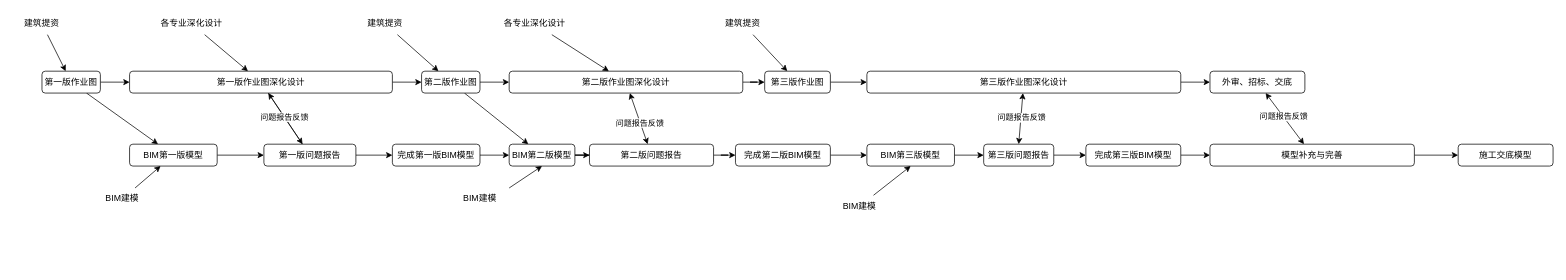
Earlier version of the draw.io diagram BIM实施流程.drawio (gaochaowyq/MinderGraph). Source tidied: cells renumbered, new cells numbered last; positions are measured from the earlier drawing's top-left corner, leaving out a move shared by most shapes. Both pictures are drawn from the tidied source at 73%, with x=0, y=0 at pixel (12, 12).
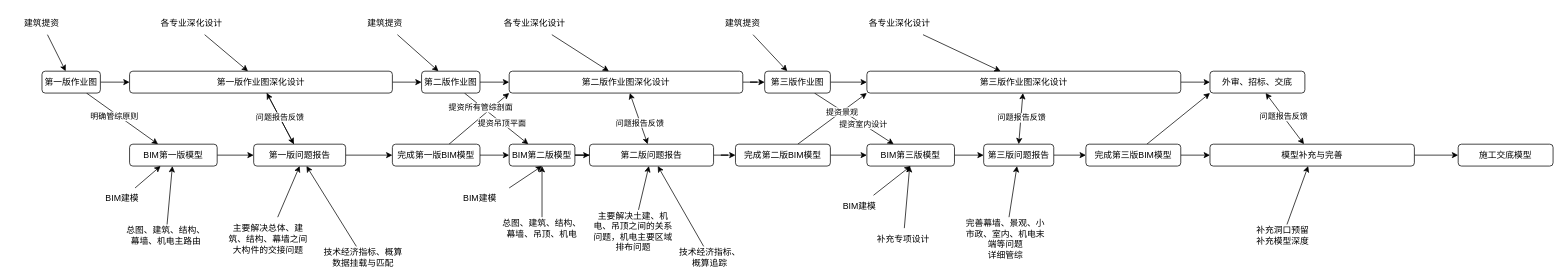
The same page after the edit.

Commit message:
更新BIM实施流程.drawio

The change refers to these unchanged cells:
```xml
<mxCell id="2" style="rounded=0;jettySize=auto;html=1;" parent="1" edge="1" source="4" target="8">
  <mxGeometry relative="1" as="geometry" />
</mxCell>
<mxCell id="8" value="BIM第一版模型" style="rounded=1;whiteSpace=wrap;html=1;" parent="1" vertex="1">
  <mxGeometry x="160" y="180" width="120" height="30" as="geometry" />
</mxCell>
<mxCell id="21" value="完成第一版BIM模型" style="rounded=1;whiteSpace=wrap;html=1;" parent="1" vertex="1">
  <mxGeometry x="520" y="180" width="120" height="30" as="geometry" />
</mxCell>
<mxCell id="23" style="rounded=0;jettySize=auto;html=1;" parent="1" edge="1" source="24" target="34">
  <mxGeometry relative="1" as="geometry" />
</mxCell>
<mxCell id="30" value="第二版作业图深化设计" style="rounded=1;whiteSpace=wrap;html=1;" parent="1" vertex="1">
  <mxGeometry x="680" y="80" width="320" height="30" as="geometry" />
</mxCell>
<mxCell id="34" value="BIM第二版模型" style="rounded=1;whiteSpace=wrap;html=1;" parent="1" vertex="1">
  <mxGeometry x="680" y="180" width="90" height="30" as="geometry" />
</mxCell>
<mxCell id="38" value="第二版问题报告" style="rounded=1;whiteSpace=wrap;html=1;" parent="1" vertex="1">
  <mxGeometry x="790" y="180" width="170" height="30" as="geometry" />
</mxCell>
<mxCell id="40" value="完成第二版BIM模型" style="rounded=1;whiteSpace=wrap;html=1;" parent="1" vertex="1">
  <mxGeometry x="990" y="180" width="130" height="30" as="geometry" />
</mxCell>
<mxCell id="42" value="第三版作业图" style="rounded=1;whiteSpace=wrap;html=1;" parent="1" vertex="1">
  <mxGeometry x="1030" y="80" width="90" height="30" as="geometry" />
</mxCell>
<mxCell id="48" value="第三版作业图深化设计" style="rounded=1;whiteSpace=wrap;html=1;" parent="1" vertex="1">
  <mxGeometry x="1170" y="80" width="430" height="30" as="geometry" />
</mxCell>
<mxCell id="50" value="BIM第三版模型" style="rounded=1;whiteSpace=wrap;html=1;" parent="1" vertex="1">
  <mxGeometry x="1170" y="180" width="120" height="30" as="geometry" />
</mxCell>
<mxCell id="54" value="第三版问题报告" style="rounded=1;whiteSpace=wrap;html=1;" parent="1" vertex="1">
  <mxGeometry x="1330" y="180" width="96" height="30" as="geometry" />
</mxCell>
<mxCell id="56" value="完成第三版BIM模型" style="rounded=1;whiteSpace=wrap;html=1;" parent="1" vertex="1">
  <mxGeometry x="1470" y="180" width="130" height="30" as="geometry" />
</mxCell>
<mxCell id="57" value="外审、招标、交底" style="rounded=1;whiteSpace=wrap;html=1;" parent="1" vertex="1">
  <mxGeometry x="1640" y="80" width="130" height="30" as="geometry" />
</mxCell>
<mxCell id="61" value="模型补充与完善" style="rounded=1;whiteSpace=wrap;html=1;" parent="1" vertex="1">
  <mxGeometry x="1640" y="180" width="280" height="30" as="geometry" />
</mxCell>
```

What changed in the source:
```diff
@@
+    <mxCell id="63" value="明确管综原则" style="edgeLabel;html=1;align=center;verticalAlign=middle;" parent="2" vertex="1">
+      <mxGeometry x="-0.18" y="-4" relative="1" as="geometry" />
+    </mxCell>
@@
     <mxCell id="19" value="第一版问题报告" style="rounded=1;whiteSpace=wrap;html=1;" parent="1" vertex="1">
-      <mxGeometry x="344" y="180" width="126" height="30" as="geometry" />
+      <mxGeometry x="330" y="180" width="126" height="30" as="geometry" />
     </mxCell>
@@
+    <mxCell id="64" style="rounded=0;jettySize=auto;html=1;entryX=0;entryY=1;entryDx=0;entryDy=0;" parent="1" edge="1" source="21" target="30">
+      <mxGeometry relative="1" as="geometry" />
+    </mxCell>
@@
+    <mxCell id="65" value="提资所有管综剖面" style="edgeLabel;html=1;align=center;verticalAlign=middle;" parent="23" vertex="1">
+      <mxGeometry x="-0.48" y="-2" relative="1" as="geometry" />
+    </mxCell>
+    <mxCell id="66" value="提资吊顶平面" style="edgeLabel;html=1;align=center;verticalAlign=middle;" parent="23" vertex="1">
+      <mxGeometry x="0.15" y="1" relative="1" as="geometry">
+        <mxPoint y="1" as="offset" />
+      </mxGeometry>
+    </mxCell>
@@
+    <mxCell id="67" style="rounded=0;jettySize=auto;html=1;entryX=0;entryY=1;entryDx=0;entryDy=0;" parent="1" edge="1" source="40" target="48">
+      <mxGeometry relative="1" as="geometry" />
+    </mxCell>
@@
+    <mxCell id="68" style="rounded=0;jettySize=auto;html=1;" parent="1" edge="1" source="42" target="50">
+      <mxGeometry relative="1" as="geometry" />
+    </mxCell>
+    <mxCell id="69" value="提资景观" style="edgeLabel;html=1;align=center;verticalAlign=middle;" parent="68" vertex="1">
+      <mxGeometry x="-0.31" y="-1" relative="1" as="geometry" />
+    </mxCell>
+    <mxCell id="70" value="提资室内设计" style="edgeLabel;html=1;align=center;verticalAlign=middle;" parent="68" vertex="1">
+      <mxGeometry x="0.23" relative="1" as="geometry" />
+    </mxCell>
@@
+    <mxCell id="71" style="rounded=0;jettySize=auto;html=1;entryX=0;entryY=1;entryDx=0;entryDy=0;" parent="1" edge="1" source="56" target="57">
+      <mxGeometry relative="1" as="geometry" />
+    </mxCell>
@@
+    <mxCell id="72" style="rounded=0;jettySize=auto;html=1;" parent="1" edge="1" source="73" target="48">
+      <mxGeometry relative="1" as="geometry" />
+    </mxCell>
+    <mxCell id="73" value="各专业深化设计" style="text;html=1;whiteSpace=wrap;strokeColor=none;fillColor=none;align=center;verticalAlign=middle;rounded=0;" parent="1" vertex="1">
+      <mxGeometry x="1160" width="110" height="30" as="geometry" />
+    </mxCell>
+    <mxCell id="74" style="rounded=0;jettySize=auto;html=1;entryX=0.5;entryY=1;entryDx=0;entryDy=0;" parent="1" edge="1" source="75" target="19">
+      <mxGeometry relative="1" as="geometry" />
+    </mxCell>
+    <mxCell id="75" value="主要解决总体、建筑、结构、幕墙之间大构件的交接问题" style="text;html=1;whiteSpace=wrap;strokeColor=none;fillColor=none;align=center;verticalAlign=middle;rounded=0;" parent="1" vertex="1">
+      <mxGeometry x="290" y="280" width="120" height="60" as="geometry" />
+    </mxCell>
+    <mxCell id="76" style="rounded=0;jettySize=auto;html=1;" parent="1" edge="1" source="77" target="38">
+      <mxGeometry relative="1" as="geometry" />
+    </mxCell>
+    <mxCell id="77" value="主要解决土建、机电、吊顶之间的关系问题，机电主要区域排布问题" style="text;html=1;whiteSpace=wrap;strokeColor=none;fillColor=none;align=center;verticalAlign=middle;rounded=0;" parent="1" vertex="1">
+      <mxGeometry x="790" y="270" width="120" height="60" as="geometry" />
+    </mxCell>
+    <mxCell id="78" style="rounded=0;jettySize=auto;html=1;" parent="1" edge="1" source="79" target="19">
+      <mxGeometry relative="1" as="geometry" />
+    </mxCell>
+    <mxCell id="79" value="技术经济指标、概算数据挂载与匹配" style="text;html=1;whiteSpace=wrap;strokeColor=none;fillColor=none;align=center;verticalAlign=middle;rounded=0;" parent="1" vertex="1">
+      <mxGeometry x="420" y="320" width="120" height="30" as="geometry" />
+    </mxCell>
+    <mxCell id="80" style="rounded=0;jettySize=auto;html=1;" parent="1" edge="1" source="81" target="8">
+      <mxGeometry relative="1" as="geometry" />
+    </mxCell>
+    <mxCell id="81" value="总图、建筑、结构、幕墙、机电主路由" style="text;html=1;whiteSpace=wrap;strokeColor=none;fillColor=none;align=center;verticalAlign=middle;rounded=0;" parent="1" vertex="1">
+      <mxGeometry x="150" y="290" width="120" height="30" as="geometry" />
+    </mxCell>
+    <mxCell id="82" style="edgeStyle=orthogonalEdgeStyle;rounded=0;jettySize=auto;html=1;" parent="1" edge="1" source="83" target="34">
+      <mxGeometry relative="1" as="geometry" />
+    </mxCell>
+    <mxCell id="83" value="总图、建筑、结构、幕墙、吊顶、机电" style="text;html=1;whiteSpace=wrap;strokeColor=none;fillColor=none;align=center;verticalAlign=middle;rounded=0;" parent="1" vertex="1">
+      <mxGeometry x="665" y="280" width="120" height="30" as="geometry" />
+    </mxCell>
+    <mxCell id="84" style="rounded=0;jettySize=auto;html=1;" parent="1" edge="1" source="85" target="38">
+      <mxGeometry relative="1" as="geometry" />
+    </mxCell>
+    <mxCell id="85" value="技术经济指标、概算追踪" style="text;html=1;whiteSpace=wrap;strokeColor=none;fillColor=none;align=center;verticalAlign=middle;rounded=0;" parent="1" vertex="1">
+      <mxGeometry x="910" y="320" width="90" height="30" as="geometry" />
+    </mxCell>
+    <mxCell id="86" style="rounded=0;jettySize=auto;html=1;" parent="1" edge="1" source="87" target="54">
+      <mxGeometry relative="1" as="geometry" />
+    </mxCell>
+    <mxCell id="87" value="&lt;div&gt;完善幕墙、景观、小市政、室内、机电末端等问题&lt;/div&gt;&lt;div&gt;详细管综&lt;/div&gt;" style="text;html=1;whiteSpace=wrap;strokeColor=none;fillColor=none;align=center;verticalAlign=middle;rounded=0;" parent="1" vertex="1">
+      <mxGeometry x="1300" y="280" width="120" height="60" as="geometry" />
+    </mxCell>
+    <mxCell id="88" style="rounded=0;jettySize=auto;html=1;" parent="1" edge="1" source="89" target="61">
+      <mxGeometry relative="1" as="geometry" />
+    </mxCell>
+    <mxCell id="89" value="&lt;div&gt;补充洞口预留&lt;/div&gt;&lt;div&gt;补充模型深度&lt;/div&gt;" style="text;html=1;whiteSpace=wrap;strokeColor=none;fillColor=none;align=center;verticalAlign=middle;rounded=0;" parent="1" vertex="1">
+      <mxGeometry x="1680" y="290" width="120" height="30" as="geometry" />
+    </mxCell>
+    <mxCell id="90" style="rounded=0;jettySize=auto;html=1;" parent="1" edge="1" source="91" target="50">
+      <mxGeometry relative="1" as="geometry" />
+    </mxCell>
+    <mxCell id="91" value="补充专项设计" style="text;html=1;whiteSpace=wrap;strokeColor=none;fillColor=none;align=center;verticalAlign=middle;rounded=0;" parent="1" vertex="1">
+      <mxGeometry x="1160" y="295" width="120" height="30" as="geometry" />
+    </mxCell>
```
